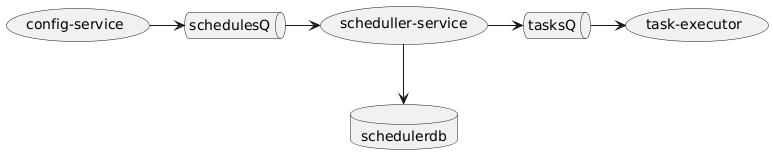
This is lakehouse-scheduler-svc/doc/scheduling/ConfigQueueScheduleQueueTask.png from zaytsevdmitry/lakehouse, a PlantUML export, as it was before one commit.
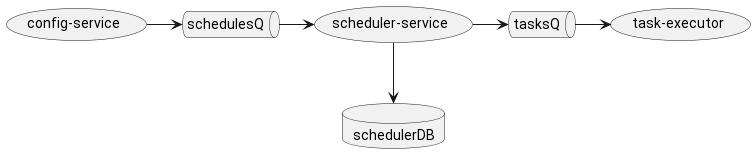
The same diagram one commit later.

What changed in the source:
```diff
@@ -1,11 +1,12 @@
 @startuml
+
 queue schedulesQ
 queue tasksQ
-database schedulerdb
+database schedulerDB
 
 (config-service)-> (schedulesQ)
- (schedulesQ) -> (scheduller-service)
- (scheduller-service)--> (schedulerdb)
-(scheduller-service)-> (tasksQ)
+ (schedulesQ) -> (scheduler-service)
+ (scheduler-service)--> (schedulerDB)
+(scheduler-service)-> (tasksQ)
 (tasksQ) -> (task-executor)
 @enduml
```
